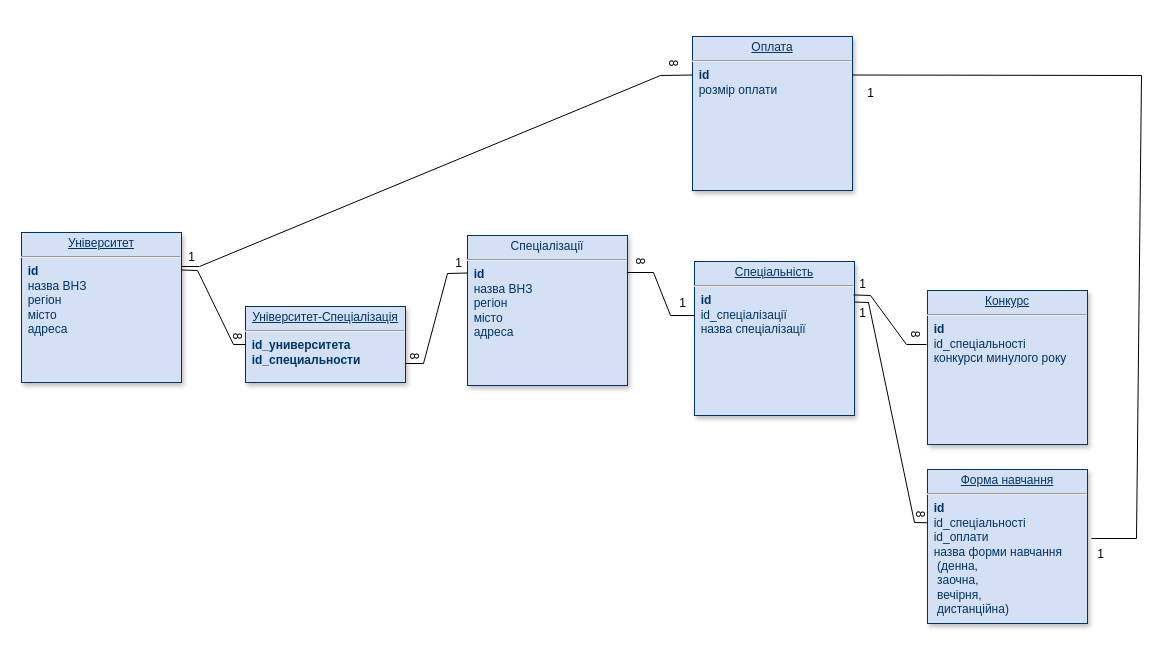
The draw.io diagram Диаграмма без названия.drawio in VadimKeranov/drawio, before the edit. Source tidied: cells renumbered, new cells numbered last; positions are measured from the earlier drawing's top-left corner, leaving out a move shared by most shapes. Both pictures are drawn from the tidied source at 100%, with x=0, y=0 at pixel (21, 36).
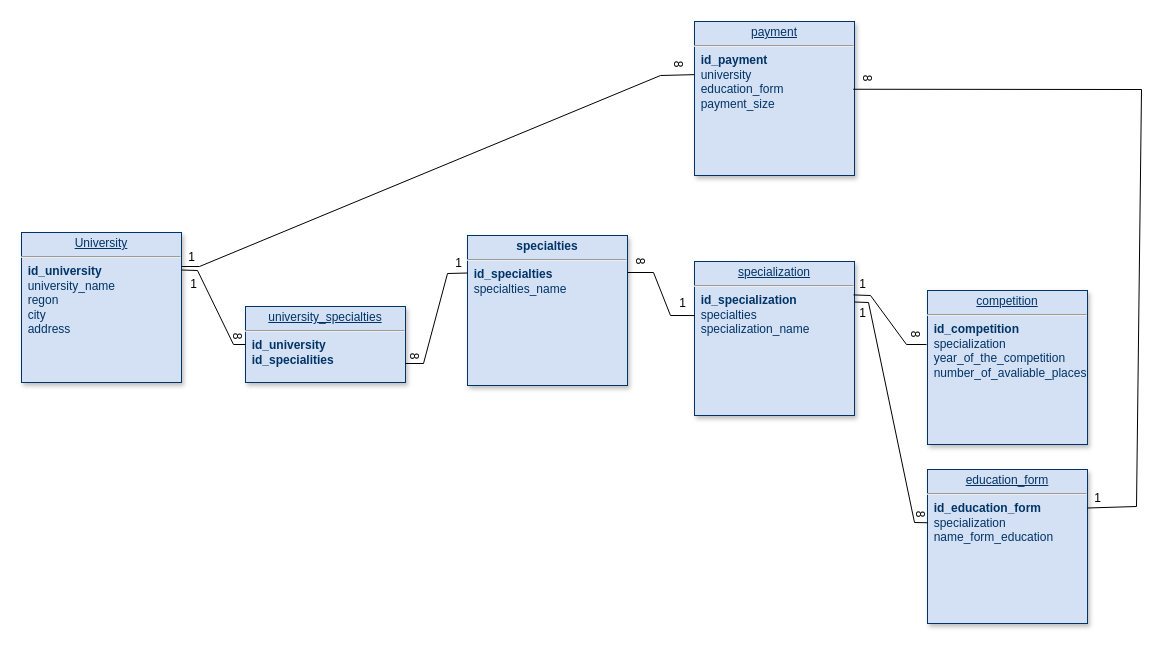
The same page after the edit.

What changed in the source:
```diff
@@
-    <mxCell id="2" value="&lt;p style=&quot;margin: 0px; margin-top: 4px; text-align: center; text-decoration: underline;&quot;&gt;Університет&lt;/p&gt;&lt;hr&gt;&lt;span style=&quot;background-color: initial;&quot;&gt;&amp;nbsp;&amp;nbsp;&lt;/span&gt;&lt;b&gt;id&lt;br&gt;&lt;/b&gt;&lt;span style=&quot;background-color: initial;&quot;&gt;&amp;nbsp; назва ВНЗ&lt;/span&gt;&lt;br&gt;&lt;span style=&quot;background-color: initial;&quot;&gt;&amp;nbsp; регіон&lt;/span&gt;&lt;br&gt;&lt;span style=&quot;background-color: initial;&quot;&gt;&amp;nbsp; місто&lt;/span&gt;&lt;br&gt;&lt;div style=&quot;&quot;&gt;&lt;span style=&quot;background-color: initial;&quot;&gt;&amp;nbsp; адреса&lt;br&gt;&lt;/span&gt;&lt;/div&gt;" style="verticalAlign=top;align=left;overflow=fill;fontSize=12;fontFamily=Helvetica;html=1;strokeColor=#003366;shadow=1;fillColor=#D4E1F5;fontColor=#003366;" parent="1" vertex="1">
+    <mxCell id="2" value="&lt;p style=&quot;margin: 0px; margin-top: 4px; text-align: center; text-decoration: underline;&quot;&gt;University&lt;/p&gt;&lt;hr&gt;&lt;span style=&quot;background-color: initial;&quot;&gt;&amp;nbsp;&amp;nbsp;&lt;/span&gt;&lt;b&gt;id_university&lt;br&gt;&lt;/b&gt;&lt;span style=&quot;background-color: initial;&quot;&gt;&amp;nbsp; university_name&lt;/span&gt;&lt;br&gt;&lt;span style=&quot;background-color: initial;&quot;&gt;&amp;nbsp; regon&lt;/span&gt;&lt;br&gt;&lt;span style=&quot;background-color: initial;&quot;&gt;&amp;nbsp; city&lt;/span&gt;&lt;br&gt;&lt;div style=&quot;&quot;&gt;&lt;span style=&quot;background-color: initial;&quot;&gt;&amp;nbsp; address&lt;br&gt;&lt;/span&gt;&lt;/div&gt;" style="verticalAlign=top;align=left;overflow=fill;fontSize=12;fontFamily=Helvetica;html=1;strokeColor=#003366;shadow=1;fillColor=#D4E1F5;fontColor=#003366;" parent="1" vertex="1">
       <mxGeometry y="196" width="160" height="150" as="geometry" />
     </mxCell>
-    <mxCell id="3" value="&lt;p style=&quot;margin: 0px; margin-top: 4px; text-align: center; text-decoration: underline;&quot;&gt;Конкурс&lt;/p&gt;&lt;hr&gt;&amp;nbsp; &lt;b&gt;id&lt;br&gt;&lt;/b&gt;&amp;nbsp; id_спеціальності&lt;br&gt;&amp;nbsp;&amp;nbsp;конкурси минулого року" style="verticalAlign=top;align=left;overflow=fill;fontSize=12;fontFamily=Helvetica;html=1;strokeColor=#003366;shadow=1;fillColor=#D4E1F5;fontColor=#003366;" parent="1" vertex="1">
+    <mxCell id="3" value="&lt;p style=&quot;margin: 0px; margin-top: 4px; text-align: center; text-decoration: underline;&quot;&gt;competition&lt;/p&gt;&lt;hr&gt;&amp;nbsp; &lt;b&gt;id_competition&lt;br&gt;&lt;/b&gt;&amp;nbsp; specialization&lt;br&gt;&amp;nbsp; year_of_the_competition&lt;br&gt;&amp;nbsp; number_of_avaliable_places" style="verticalAlign=top;align=left;overflow=fill;fontSize=12;fontFamily=Helvetica;html=1;strokeColor=#003366;shadow=1;fillColor=#D4E1F5;fontColor=#003366;" parent="1" vertex="1">
       <mxGeometry x="906" y="254" width="160" height="154" as="geometry" />
     </mxCell>
-    <mxCell id="4" value="&lt;p style=&quot;margin: 0px; margin-top: 4px; text-align: center; text-decoration: underline;&quot;&gt;&lt;u style=&quot;border-color: var(--border-color);&quot;&gt;Спеціальність&lt;/u&gt;&lt;br&gt;&lt;/p&gt;&lt;hr&gt;&amp;nbsp; &lt;b&gt;id&lt;/b&gt;&lt;br&gt;&amp;nbsp; id_спеціалізації&lt;br&gt;&amp;nbsp;&amp;nbsp;назва спеціалізації" style="verticalAlign=top;align=left;overflow=fill;fontSize=12;fontFamily=Helvetica;html=1;strokeColor=#003366;shadow=1;fillColor=#D4E1F5;fontColor=#003366;" parent="1" vertex="1">
+    <mxCell id="4" value="&lt;p style=&quot;margin: 0px; margin-top: 4px; text-align: center; text-decoration: underline;&quot;&gt;&lt;u style=&quot;border-color: var(--border-color);&quot;&gt;specialization&lt;/u&gt;&lt;br&gt;&lt;/p&gt;&lt;hr&gt;&amp;nbsp; &lt;b&gt;id_specialization&lt;/b&gt;&lt;br&gt;&amp;nbsp; &lt;span style=&quot;border-color: var(--border-color);&quot;&gt;specialties&lt;/span&gt;&lt;br&gt;&amp;nbsp;&amp;nbsp;&lt;span style=&quot;border-color: var(--border-color);&quot;&gt;specialization_name&lt;/span&gt;" style="verticalAlign=top;align=left;overflow=fill;fontSize=12;fontFamily=Helvetica;html=1;strokeColor=#003366;shadow=1;fillColor=#D4E1F5;fontColor=#003366;" parent="1" vertex="1">
       <mxGeometry x="673" y="225" width="160" height="154" as="geometry" />
     </mxCell>
-    <mxCell id="5" value="&lt;p style=&quot;margin: 0px; margin-top: 4px; text-align: center; text-decoration: underline;&quot;&gt;&lt;/p&gt;&lt;div style=&quot;text-align: center;&quot;&gt;&lt;span style=&quot;background-color: initial;&quot;&gt;Спеціалізації&lt;/span&gt;&lt;/div&gt;&lt;hr&gt;&amp;nbsp; &lt;b&gt;id&lt;/b&gt;&lt;br style=&quot;border-color: var(--border-color);&quot;&gt;&lt;span style=&quot;background-color: initial;&quot;&gt;&amp;nbsp; назва ВНЗ&lt;/span&gt;&lt;br&gt;&lt;span style=&quot;background-color: initial;&quot;&gt;&amp;nbsp; регіон&lt;/span&gt;&lt;br&gt;&lt;span style=&quot;background-color: initial;&quot;&gt;&amp;nbsp; місто&lt;/span&gt;&lt;br&gt;&lt;div style=&quot;&quot;&gt;&lt;span style=&quot;background-color: initial;&quot;&gt;&amp;nbsp; адреса&lt;br&gt;&lt;/span&gt;&lt;/div&gt;" style="verticalAlign=top;align=left;overflow=fill;fontSize=12;fontFamily=Helvetica;html=1;strokeColor=#003366;shadow=1;fillColor=#D4E1F5;fontColor=#003366;" parent="1" vertex="1">
+    <mxCell id="5" value="&lt;p style=&quot;margin: 0px; margin-top: 4px; text-align: center; text-decoration: underline;&quot;&gt;&lt;/p&gt;&lt;div style=&quot;text-align: center;&quot;&gt;&lt;b style=&quot;border-color: var(--border-color); text-align: left;&quot;&gt;specialties&lt;/b&gt;&lt;br&gt;&lt;/div&gt;&lt;hr&gt;&amp;nbsp; &lt;b&gt;id_specialties&lt;/b&gt;&lt;br style=&quot;border-color: var(--border-color);&quot;&gt;&amp;nbsp; &lt;span style=&quot;border-color: var(--border-color);&quot;&gt;specialties_name&lt;/span&gt;" style="verticalAlign=top;align=left;overflow=fill;fontSize=12;fontFamily=Helvetica;html=1;strokeColor=#003366;shadow=1;fillColor=#D4E1F5;fontColor=#003366;" parent="1" vertex="1">
       <mxGeometry x="446" y="199" width="160" height="150" as="geometry" />
     </mxCell>
-    <mxCell id="6" value="&lt;p style=&quot;margin: 0px; margin-top: 4px; text-align: center; text-decoration: underline;&quot;&gt;Оплата&lt;/p&gt;&lt;hr&gt;&amp;nbsp;&lt;b&gt;&amp;nbsp;id&lt;/b&gt;&lt;br&gt;&amp;nbsp; розмір оплати" style="verticalAlign=top;align=left;overflow=fill;fontSize=12;fontFamily=Helvetica;html=1;strokeColor=#003366;shadow=1;fillColor=#D4E1F5;fontColor=#003366;" parent="1" vertex="1">
-      <mxGeometry x="671" width="160" height="154" as="geometry" />
+    <mxCell id="6" value="&lt;p style=&quot;margin: 0px; margin-top: 4px; text-align: center; text-decoration: underline;&quot;&gt;payment&lt;/p&gt;&lt;hr&gt;&amp;nbsp;&lt;b&gt;&amp;nbsp;id_payment&lt;/b&gt;&lt;br&gt;&amp;nbsp; university&lt;br&gt;&amp;nbsp; education_form&lt;br&gt;&amp;nbsp; payment_size" style="verticalAlign=top;align=left;overflow=fill;fontSize=12;fontFamily=Helvetica;html=1;strokeColor=#003366;shadow=1;fillColor=#D4E1F5;fontColor=#003366;" parent="1" vertex="1">
+      <mxGeometry x="673" y="-15" width="160" height="154" as="geometry" />
     </mxCell>
-    <mxCell id="7" value="&lt;p style=&quot;margin: 0px; margin-top: 4px; text-align: center; text-decoration: underline;&quot;&gt;Форма навчання&lt;/p&gt;&lt;hr&gt;&amp;nbsp; &lt;b&gt;id&lt;br&gt;&lt;/b&gt;&amp;nbsp; id_спеціальності&lt;br&gt;&amp;nbsp; id_оплати&lt;br&gt;&amp;nbsp;&amp;nbsp;назва форми навчання &lt;br&gt;&amp;nbsp; &amp;nbsp;(денна, &lt;br&gt;&amp;nbsp; &amp;nbsp;заочна, &lt;br&gt;&amp;nbsp; &amp;nbsp;вечірня, &lt;br&gt;&amp;nbsp; &amp;nbsp;дистанційна)" style="verticalAlign=top;align=left;overflow=fill;fontSize=12;fontFamily=Helvetica;html=1;strokeColor=#003366;shadow=1;fillColor=#D4E1F5;fontColor=#003366;" parent="1" vertex="1">
+    <mxCell id="7" value="&lt;p style=&quot;margin: 0px; margin-top: 4px; text-align: center; text-decoration: underline;&quot;&gt;education_form&lt;/p&gt;&lt;hr&gt;&amp;nbsp; &lt;b&gt;id_education_form&lt;/b&gt;&lt;br&gt;&amp;nbsp; specialization&lt;br&gt;&amp;nbsp; name_form_education&lt;br&gt;&amp;nbsp;" style="verticalAlign=top;align=left;overflow=fill;fontSize=12;fontFamily=Helvetica;html=1;strokeColor=#003366;shadow=1;fillColor=#D4E1F5;fontColor=#003366;" parent="1" vertex="1">
       <mxGeometry x="906" y="433" width="160" height="154" as="geometry" />
     </mxCell>
@@
-    <mxCell id="12" style="endArrow=none;html=1;rounded=0;entryX=1;entryY=0.25;entryDx=0;entryDy=0;" parent="1" edge="1" target="6">
+    <mxCell id="12" style="endArrow=none;html=1;rounded=0;entryX=0.992;entryY=0.44;entryDx=0;entryDy=0;exitX=1;exitY=0.25;exitDx=0;exitDy=0;entryPerimeter=0;" parent="1" edge="1" source="7" target="6">
       <mxGeometry relative="1" as="geometry">
-        <mxPoint x="1070" y="502" as="sourcePoint" />
         <Array as="points">
-          <mxPoint x="1115" y="502" />
-          <mxPoint x="1120" y="39" />
+          <mxPoint x="1115" y="470" />
+          <mxPoint x="1120" y="53" />
         </Array>
       </mxGeometry>
     </mxCell>
@@
-    <mxCell id="16" value="1" style="text;html=1;align=center;verticalAlign=middle;strokeColor=none;fillColor=none;" parent="1" vertex="1">
-      <mxGeometry x="836" y="44" width="25" height="26" as="geometry" />
-    </mxCell>
     <mxCell id="17" value="1" style="text;html=1;align=center;verticalAlign=middle;strokeColor=none;fillColor=none;" parent="1" vertex="1">
-      <mxGeometry x="1066" y="505" width="25" height="26" as="geometry" />
+      <mxGeometry x="1063" y="449" width="25" height="26" as="geometry" />
     </mxCell>
-    <mxCell id="18" value="&lt;p style=&quot;margin: 0px; margin-top: 4px; text-align: center; text-decoration: underline;&quot;&gt;Університет-Спеціалізація&lt;/p&gt;&lt;hr&gt;&lt;b&gt;&amp;nbsp; id_университета&lt;br&gt;&amp;nbsp; id_специальности&amp;nbsp;&lt;br&gt;&amp;nbsp;&amp;nbsp;&lt;br&gt;&lt;/b&gt;" style="verticalAlign=top;align=left;overflow=fill;fontSize=12;fontFamily=Helvetica;html=1;strokeColor=#003366;shadow=1;fillColor=#D4E1F5;fontColor=#003366;" parent="1" vertex="1">
+    <mxCell id="18" value="&lt;p style=&quot;margin: 0px; margin-top: 4px; text-align: center; text-decoration: underline;&quot;&gt;university_specialties&lt;/p&gt;&lt;hr&gt;&lt;b&gt;&amp;nbsp; id_university&lt;br&gt;&amp;nbsp; id_specialities&amp;nbsp;&lt;br&gt;&amp;nbsp;&amp;nbsp;&lt;br&gt;&lt;/b&gt;" style="verticalAlign=top;align=left;overflow=fill;fontSize=12;fontFamily=Helvetica;html=1;strokeColor=#003366;shadow=1;fillColor=#D4E1F5;fontColor=#003366;" parent="1" vertex="1">
       <mxGeometry x="224" y="270" width="160" height="76" as="geometry" />
     </mxCell>
@@
-    <mxCell id="26" style="endArrow=none;html=1;rounded=0;entryX=0;entryY=0.25;entryDx=0;entryDy=0;exitX=1;exitY=0.75;exitDx=0;exitDy=0;" parent="1" edge="1" target="6">
+    <mxCell id="26" style="endArrow=none;html=1;rounded=0;entryX=0;entryY=0.345;entryDx=0;entryDy=0;exitX=1;exitY=0.75;exitDx=0;exitDy=0;entryPerimeter=0;" parent="1" edge="1" target="6">
       <mxGeometry relative="1" as="geometry">
         <mxPoint x="160" y="230" as="sourcePoint" />
         <Array as="points">
           <mxPoint x="178" y="230" />
           <mxPoint x="639" y="39" />
         </Array>
       </mxGeometry>
     </mxCell>
@@
     <mxCell id="28" value="8" style="text;html=1;align=center;verticalAlign=middle;strokeColor=none;fillColor=none;rotation=90;" parent="1" vertex="1">
-      <mxGeometry x="639" y="13" width="25" height="26" as="geometry" />
+      <mxGeometry x="644" y="14" width="25" height="26" as="geometry" />
     </mxCell>
+    <mxCell id="16" value="1" style="text;html=1;align=center;verticalAlign=middle;strokeColor=none;fillColor=none;" parent="1" vertex="1">
+      <mxGeometry x="159" y="235" width="25" height="26" as="geometry" />
+    </mxCell>
+    <mxCell id="29" value="8" style="text;html=1;align=center;verticalAlign=middle;strokeColor=none;fillColor=none;rotation=90;" parent="1" vertex="1">
+      <mxGeometry x="833" y="28" width="25" height="26" as="geometry" />
+    </mxCell>
```
